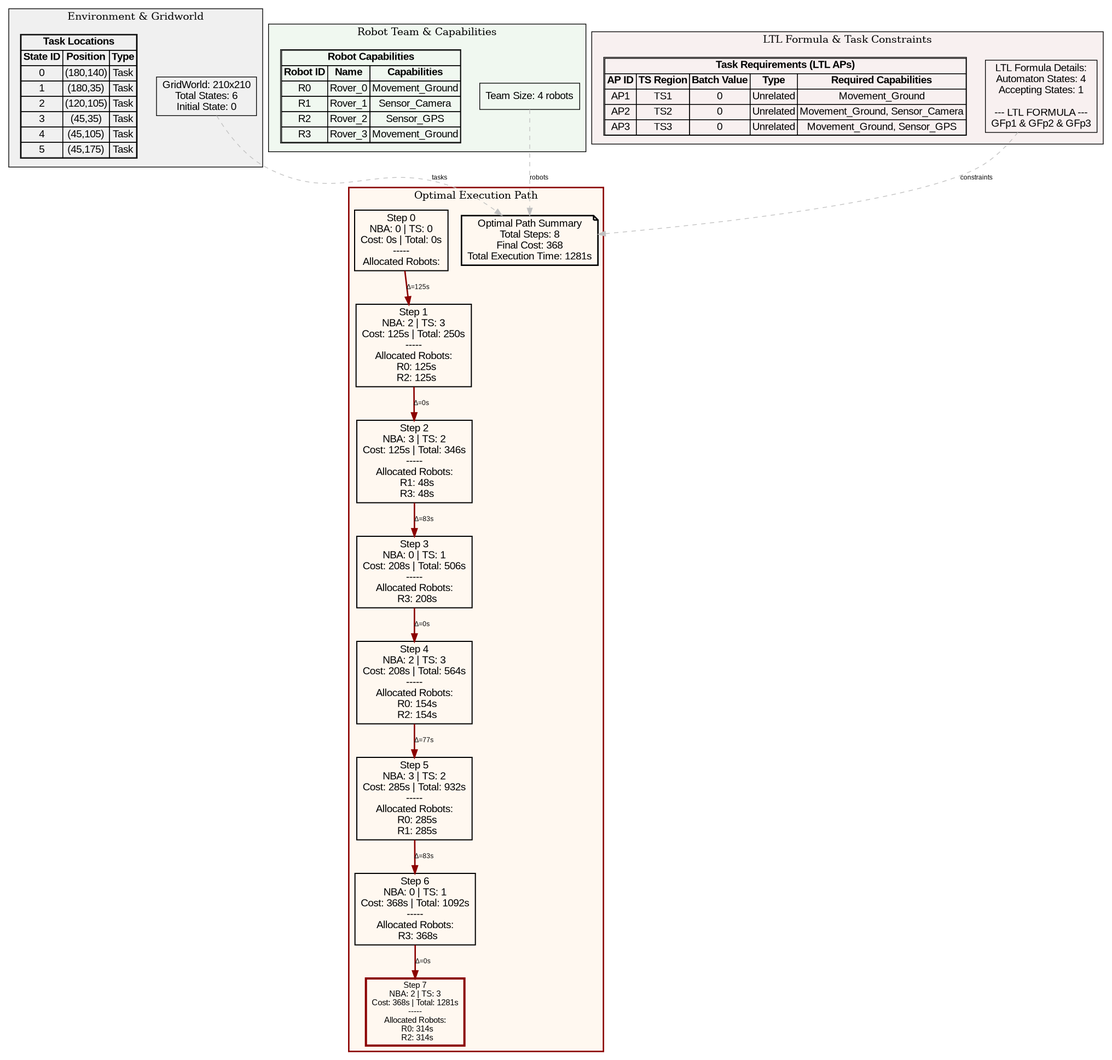
Before: Automatons/optimal_path.png.png, a diagram exported from Graphviz (jrourke48/HMRTA_with_Multi-Capability_Robots). Its source is kept beside it as Automatons/optimal_path.png.dot.
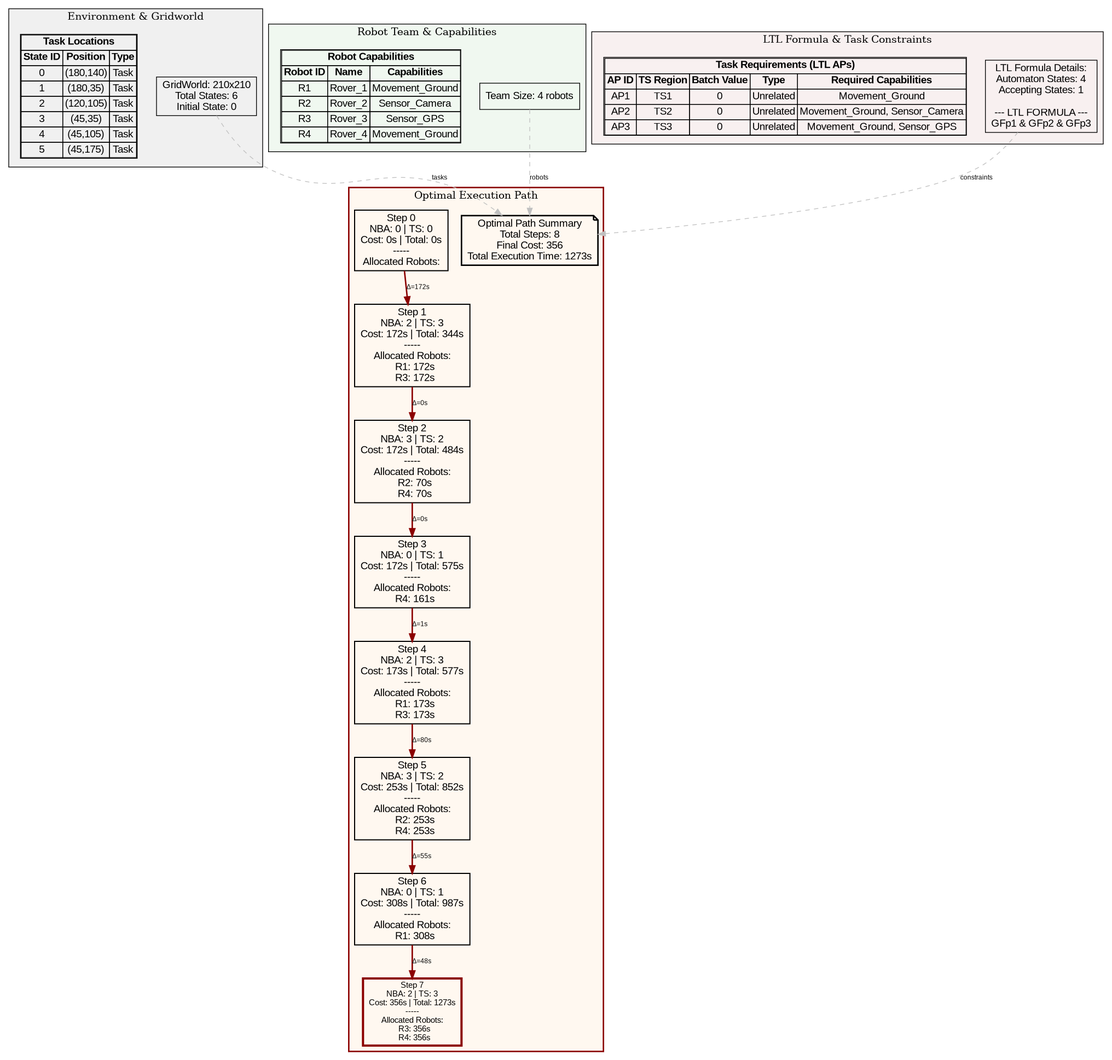
Later version of the same file.

The edit, as a diff of the source:
```diff
@@ -38,10 +38,10 @@
       <TABLE BORDER="1" CELLBORDER="1" CELLSPACING="0">
         <TR><TD COLSPAN="3"><B>Robot Capabilities</B></TD></TR>
         <TR><TD><B>Robot ID</B></TD><TD><B>Name</B></TD><TD><B>Capabilities</B></TD></TR>
-        <TR><TD>R0</TD><TD>Rover_0</TD><TD>Movement_Ground</TD></TR>
-        <TR><TD>R1</TD><TD>Rover_1</TD><TD>Sensor_Camera</TD></TR>
-        <TR><TD>R2</TD><TD>Rover_2</TD><TD>Sensor_GPS</TD></TR>
-        <TR><TD>R3</TD><TD>Rover_3</TD><TD>Movement_Ground</TD></TR>
+        <TR><TD>R1</TD><TD>Rover_1</TD><TD>Movement_Ground</TD></TR>
+        <TR><TD>R2</TD><TD>Rover_2</TD><TD>Sensor_Camera</TD></TR>
+        <TR><TD>R3</TD><TD>Rover_3</TD><TD>Sensor_GPS</TD></TR>
+        <TR><TD>R4</TD><TD>Rover_4</TD><TD>Movement_Ground</TD></TR>
       </TABLE>
     >];
   }
@@ -72,24 +72,24 @@
     color=darkred;
     penwidth=2;
 
-    path_summary [shape=note, label="Optimal Path Summary\nTotal Steps: 8\nFinal Cost: 368\nTotal Execution Time: 1281s\n", fillcolor="#FFFFCC", penwidth=2];
+    path_summary [shape=note, label="Optimal Path Summary\nTotal Steps: 8\nFinal Cost: 356\nTotal Execution Time: 1273s\n", fillcolor="#FFFFCC", penwidth=2];
 
     opt_0 [shape=box, label="Step 0\nNBA: 0 | TS: 0\nCost: 0s | Total: 0s\n-----\nAllocated Robots:\n", fillcolor="#B3E5FC", penwidth=1.5];
-    opt_1 [shape=box, label="Step 1\nNBA: 2 | TS: 3\nCost: 125s | Total: 250s\n-----\nAllocated Robots:\n  R0: 125s\n  R2: 125s\n", fillcolor="#B3E5FC", penwidth=1.5];
-    opt_2 [shape=box, label="Step 2\nNBA: 3 | TS: 2\nCost: 125s | Total: 346s\n-----\nAllocated Robots:\n  R1: 48s\n  R3: 48s\n", fillcolor="#B3E5FC", penwidth=1.5];
-    opt_3 [shape=box, label="Step 3\nNBA: 0 | TS: 1\nCost: 208s | Total: 506s\n-----\nAllocated Robots:\n  R3: 208s\n", fillcolor="#B3E5FC", penwidth=1.5];
-    opt_4 [shape=box, label="Step 4\nNBA: 2 | TS: 3\nCost: 208s | Total: 564s\n-----\nAllocated Robots:\n  R0: 154s\n  R2: 154s\n", fillcolor="#B3E5FC", penwidth=1.5];
-    opt_5 [shape=box, label="Step 5\nNBA: 3 | TS: 2\nCost: 285s | Total: 932s\n-----\nAllocated Robots:\n  R0: 285s\n  R1: 285s\n", fillcolor="#B3E5FC", penwidth=1.5];
-    opt_6 [shape=box, label="Step 6\nNBA: 0 | TS: 1\nCost: 368s | Total: 1092s\n-----\nAllocated Robots:\n  R3: 368s\n", fillcolor="#B3E5FC", penwidth=1.5];
-    opt_7 [shape=box, label="Step 7\nNBA: 2 | TS: 3\nCost: 368s | Total: 1281s\n-----\nAllocated Robots:\n  R0: 314s\n  R2: 314s\n", fillcolor="#FF6B6B", penwidth=3, color=darkred, fontweight=bold, fontsize=11];
+    opt_1 [shape=box, label="Step 1\nNBA: 2 | TS: 3\nCost: 172s | Total: 344s\n-----\nAllocated Robots:\n  R1: 172s\n  R3: 172s\n", fillcolor="#B3E5FC", penwidth=1.5];
+    opt_2 [shape=box, label="Step 2\nNBA: 3 | TS: 2\nCost: 172s | Total: 484s\n-----\nAllocated Robots:\n  R2: 70s\n  R4: 70s\n", fillcolor="#B3E5FC", penwidth=1.5];
+    opt_3 [shape=box, label="Step 3\nNBA: 0 | TS: 1\nCost: 172s | Total: 575s\n-----\nAllocated Robots:\n  R4: 161s\n", fillcolor="#B3E5FC", penwidth=1.5];
+    opt_4 [shape=box, label="Step 4\nNBA: 2 | TS: 3\nCost: 173s | Total: 577s\n-----\nAllocated Robots:\n  R1: 173s\n  R3: 173s\n", fillcolor="#B3E5FC", penwidth=1.5];
+    opt_5 [shape=box, label="Step 5\nNBA: 3 | TS: 2\nCost: 253s | Total: 852s\n-----\nAllocated Robots:\n  R2: 253s\n  R4: 253s\n", fillcolor="#B3E5FC", penwidth=1.5];
+    opt_6 [shape=box, label="Step 6\nNBA: 0 | TS: 1\nCost: 308s | Total: 987s\n-----\nAllocated Robots:\n  R1: 308s\n", fillcolor="#B3E5FC", penwidth=1.5];
+    opt_7 [shape=box, label="Step 7\nNBA: 2 | TS: 3\nCost: 356s | Total: 1273s\n-----\nAllocated Robots:\n  R3: 356s\n  R4: 356s\n", fillcolor="#FF6B6B", penwidth=3, color=darkred, fontweight=bold, fontsize=11];
 
-    opt_0 -> opt_1 [label="Δ=125s", penwidth=2, color=darkred];
+    opt_0 -> opt_1 [label="Δ=172s", penwidth=2, color=darkred];
     opt_1 -> opt_2 [label="Δ=0s", penwidth=2, color=darkred];
-    opt_2 -> opt_3 [label="Δ=83s", penwidth=2, color=darkred];
-    opt_3 -> opt_4 [label="Δ=0s", penwidth=2, color=darkred];
-    opt_4 -> opt_5 [label="Δ=77s", penwidth=2, color=darkred];
-    opt_5 -> opt_6 [label="Δ=83s", penwidth=2, color=darkred];
-    opt_6 -> opt_7 [label="Δ=0s", penwidth=2, color=darkred];
+    opt_2 -> opt_3 [label="Δ=0s", penwidth=2, color=darkred];
+    opt_3 -> opt_4 [label="Δ=1s", penwidth=2, color=darkred];
+    opt_4 -> opt_5 [label="Δ=80s", penwidth=2, color=darkred];
+    opt_5 -> opt_6 [label="Δ=55s", penwidth=2, color=darkred];
+    opt_6 -> opt_7 [label="Δ=48s", penwidth=2, color=darkred];
   }
 
   env_info -> path_summary [style=dashed, color=gray, label="tasks"];
```
